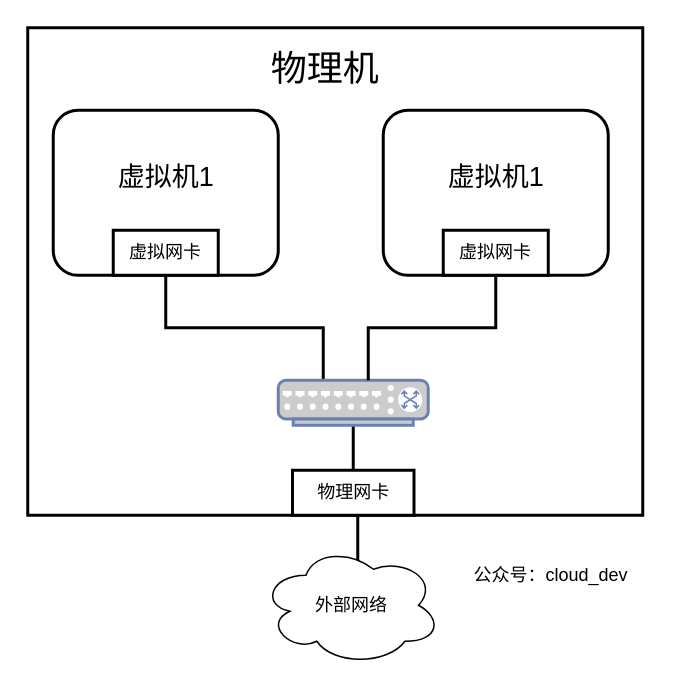
Above: bridgenet.drawio in ctimbai/draw.io (draw.io), before the change. Source tidied: cells renumbered, new cells numbered last; positions are measured from the earlier drawing's top-left corner, leaving out a move shared by most shapes. Both pictures are drawn from the tidied source at 150%, with x=0, y=0 at pixel (27, 27).
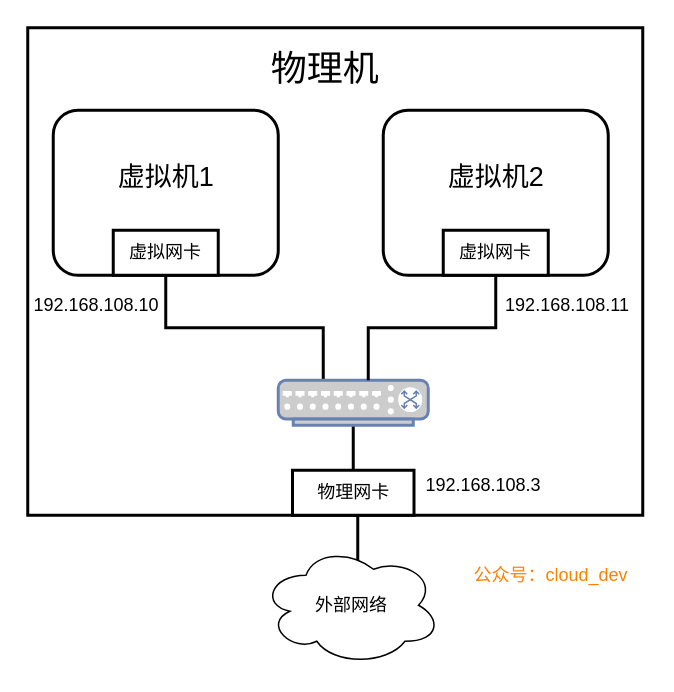
The same diagram, later.

Diff of the diagram source:
```diff
@@
-    <mxCell id="12" value="&lt;font style=&quot;font-size: 18px&quot;&gt;虚拟机1&lt;/font&gt;" style="text;html=1;strokeColor=none;fillColor=none;align=center;verticalAlign=middle;whiteSpace=wrap;rounded=0;" parent="1" vertex="1">
+    <mxCell id="12" value="&lt;font style=&quot;font-size: 18px&quot;&gt;虚拟机2&lt;/font&gt;" style="text;html=1;strokeColor=none;fillColor=none;align=center;verticalAlign=middle;whiteSpace=wrap;rounded=0;" parent="1" vertex="1">
       <mxGeometry x="275.5" y="90" width="73" height="20" as="geometry" />
     </mxCell>
@@
-    <mxCell id="17" value="公众号：cloud_dev" style="text;html=1;strokeColor=none;fillColor=none;align=center;verticalAlign=middle;whiteSpace=wrap;rounded=0;" parent="1" vertex="1">
+    <mxCell id="17" value="&lt;font color=&quot;#ff8000&quot;&gt;公众号：cloud_dev&lt;/font&gt;" style="text;html=1;strokeColor=none;fillColor=none;align=center;verticalAlign=middle;whiteSpace=wrap;rounded=0;" parent="1" vertex="1">
       <mxGeometry x="283.5" y="355" width="130" height="20" as="geometry" />
     </mxCell>
+    <mxCell id="18" value="192.168.108.10" style="text;html=1;strokeColor=none;fillColor=none;align=center;verticalAlign=middle;whiteSpace=wrap;rounded=0;" parent="1" vertex="1">
+      <mxGeometry x="26" y="175" width="40" height="20" as="geometry" />
+    </mxCell>
+    <mxCell id="19" value="192.168.108.11" style="text;html=1;strokeColor=none;fillColor=none;align=center;verticalAlign=middle;whiteSpace=wrap;rounded=0;" parent="1" vertex="1">
+      <mxGeometry x="340" y="175" width="40" height="20" as="geometry" />
+    </mxCell>
+    <mxCell id="20" value="192.168.108.3" style="text;html=1;strokeColor=none;fillColor=none;align=center;verticalAlign=middle;whiteSpace=wrap;rounded=0;" parent="1" vertex="1">
+      <mxGeometry x="283.5" y="295" width="40" height="20" as="geometry" />
+    </mxCell>
```
